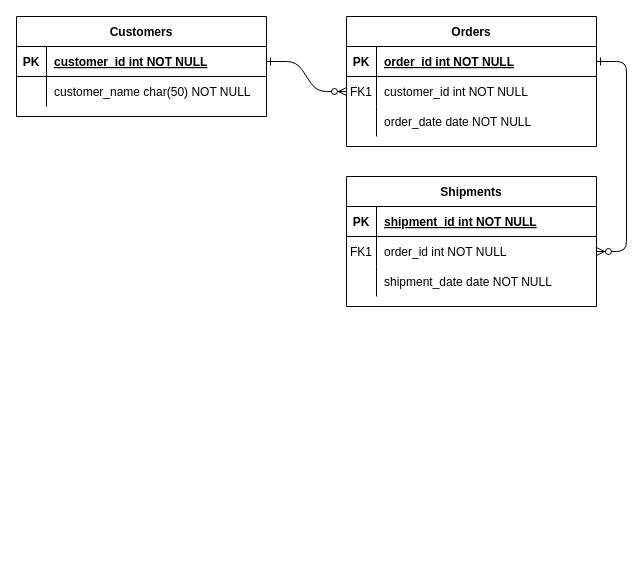
The draw.io diagram kabuboard_2.drawio in 0gravity000/er001, before the edit. Source tidied: cells renumbered, new cells numbered last; positions are measured from the earlier drawing's top-left corner, leaving out a move shared by most shapes. Both pictures are drawn from the tidied source at 100%, with x=0, y=0 at pixel (16, 16).
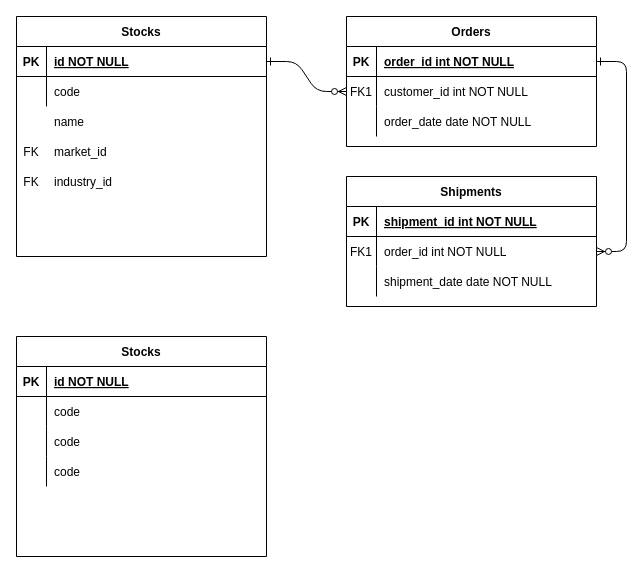
The same page after the edit.

The change refers to these unchanged cells:
```xml
<mxCell id="25" style="shape=partialRectangle;fillColor=none;points=[[0,0.5],[1,0.5]];portConstraint=eastwest;top=0;left=0;right=0;bottom=1;" parent="24" vertex="1">
  <mxGeometry y="30" width="250" height="30" as="geometry" />
</mxCell>
<mxCell id="28" style="shape=partialRectangle;fillColor=none;top=0;left=0;right=0;bottom=0;" parent="24" vertex="1">
  <mxGeometry y="60" width="250" height="30" as="geometry" />
</mxCell>
```

Diff of the diagram source:
```diff
@@
-    <mxCell id="24" value="Customers" style="shape=table;startSize=30;childLayout=tableLayout;rowLines=0;fontStyle=1;align=center;" parent="1" vertex="1">
-      <mxGeometry width="250" height="100" as="geometry" />
+    <mxCell id="24" value="Stocks" style="shape=table;startSize=30;childLayout=tableLayout;rowLines=0;fontStyle=1;align=center;" parent="1" vertex="1">
+      <mxGeometry width="250" height="240" as="geometry" />
     </mxCell>
@@
-    <mxCell id="27" value="customer_id int NOT NULL " style="shape=partialRectangle;overflow=hidden;fillColor=none;top=0;left=0;bottom=0;right=0;align=left;spacingLeft=6;fontStyle=5;" parent="25" vertex="1">
+    <mxCell id="27" value="id NOT NULL " style="shape=partialRectangle;overflow=hidden;fillColor=none;top=0;left=0;bottom=0;right=0;align=left;spacingLeft=6;fontStyle=5;" parent="25" vertex="1">
       <mxGeometry x="30" width="220" height="30" as="geometry" />
     </mxCell>
@@
-    <mxCell id="30" value="customer_name char(50) NOT NULL" style="shape=partialRectangle;overflow=hidden;fillColor=none;top=0;left=0;bottom=0;right=0;align=left;spacingLeft=6;" parent="28" vertex="1">
+    <mxCell id="30" value="code" style="shape=partialRectangle;overflow=hidden;fillColor=none;top=0;left=0;bottom=0;right=0;align=left;spacingLeft=6;" parent="28" vertex="1">
       <mxGeometry x="30" width="220" height="30" as="geometry" />
     </mxCell>
+    <mxCell id="31" style="shape=partialRectangle;overflow=hidden;fillColor=none;top=0;left=0;bottom=0;right=0;" parent="1" vertex="1">
+      <mxGeometry y="90" width="30" height="30" as="geometry" />
+    </mxCell>
+    <mxCell id="32" value="name" style="shape=partialRectangle;overflow=hidden;fillColor=none;top=0;left=0;bottom=0;right=0;align=left;spacingLeft=6;" parent="1" vertex="1">
+      <mxGeometry x="30" y="90" width="220" height="30" as="geometry" />
+    </mxCell>
+    <mxCell id="33" value="FK" style="shape=partialRectangle;overflow=hidden;fillColor=none;top=0;left=0;bottom=0;right=0;" parent="1" vertex="1">
+      <mxGeometry y="120" width="30" height="30" as="geometry" />
+    </mxCell>
+    <mxCell id="34" value="market_id" style="shape=partialRectangle;overflow=hidden;fillColor=none;top=0;left=0;bottom=0;right=0;align=left;spacingLeft=6;" parent="1" vertex="1">
+      <mxGeometry x="30" y="120" width="220" height="30" as="geometry" />
+    </mxCell>
+    <mxCell id="35" value="industry_id" style="shape=partialRectangle;overflow=hidden;fillColor=none;top=0;left=0;bottom=0;right=0;align=left;spacingLeft=6;" parent="1" vertex="1">
+      <mxGeometry x="30" y="150" width="220" height="30" as="geometry" />
+    </mxCell>
+    <mxCell id="36" value="FK" style="shape=partialRectangle;overflow=hidden;fillColor=none;top=0;left=0;bottom=0;right=0;" parent="1" vertex="1">
+      <mxGeometry y="150" width="30" height="30" as="geometry" />
+    </mxCell>
+    <mxCell id="37" value="Stocks" style="shape=table;startSize=30;childLayout=tableLayout;rowLines=0;fontStyle=1;align=center;" parent="1" vertex="1">
+      <mxGeometry y="320" width="250" height="220" as="geometry" />
+    </mxCell>
+    <mxCell id="38" style="shape=partialRectangle;fillColor=none;top=0;left=0;right=0;bottom=1;" parent="37" vertex="1">
+      <mxGeometry y="30" width="250" height="30" as="geometry" />
+    </mxCell>
+    <mxCell id="39" value="PK" style="shape=partialRectangle;overflow=hidden;fillColor=none;top=0;left=0;bottom=0;right=0;fontStyle=1;" parent="38" vertex="1">
+      <mxGeometry width="30" height="30" as="geometry" />
+    </mxCell>
+    <mxCell id="40" value="id NOT NULL " style="shape=partialRectangle;overflow=hidden;fillColor=none;top=0;left=0;bottom=0;right=0;align=left;spacingLeft=6;fontStyle=5;" parent="38" vertex="1">
+      <mxGeometry x="30" width="220" height="30" as="geometry" />
+    </mxCell>
+    <mxCell id="41" style="shape=partialRectangle;fillColor=none;top=0;left=0;right=0;bottom=0;" parent="37" vertex="1">
+      <mxGeometry y="60" width="250" height="30" as="geometry" />
+    </mxCell>
+    <mxCell id="42" style="shape=partialRectangle;overflow=hidden;fillColor=none;top=0;left=0;bottom=0;right=0;" parent="41" vertex="1">
+      <mxGeometry width="30" height="30" as="geometry" />
+    </mxCell>
+    <mxCell id="43" value="code" style="shape=partialRectangle;overflow=hidden;fillColor=none;top=0;left=0;bottom=0;right=0;align=left;spacingLeft=6;" parent="41" vertex="1">
+      <mxGeometry x="30" width="220" height="30" as="geometry" />
+    </mxCell>
+    <mxCell id="44" style="shape=partialRectangle;fillColor=none;top=0;left=0;right=0;bottom=0;" parent="37" vertex="1">
+      <mxGeometry y="90" width="250" height="30" as="geometry" />
+    </mxCell>
+    <mxCell id="45" style="shape=partialRectangle;overflow=hidden;fillColor=none;top=0;left=0;bottom=0;right=0;" parent="44" vertex="1">
+      <mxGeometry width="30" height="30" as="geometry" />
+    </mxCell>
+    <mxCell id="46" value="code" style="shape=partialRectangle;overflow=hidden;fillColor=none;top=0;left=0;bottom=0;right=0;align=left;spacingLeft=6;" parent="44" vertex="1">
+      <mxGeometry x="30" width="220" height="30" as="geometry" />
+    </mxCell>
+    <mxCell id="47" style="shape=partialRectangle;fillColor=none;top=0;left=0;right=0;bottom=0;" parent="37" vertex="1">
+      <mxGeometry y="120" width="250" height="30" as="geometry" />
+    </mxCell>
+    <mxCell id="48" style="shape=partialRectangle;overflow=hidden;fillColor=none;top=0;left=0;bottom=0;right=0;" parent="47" vertex="1">
+      <mxGeometry width="30" height="30" as="geometry" />
+    </mxCell>
+    <mxCell id="49" value="code" style="shape=partialRectangle;overflow=hidden;fillColor=none;top=0;left=0;bottom=0;right=0;align=left;spacingLeft=6;" parent="47" vertex="1">
+      <mxGeometry x="30" width="220" height="30" as="geometry" />
+    </mxCell>
```
